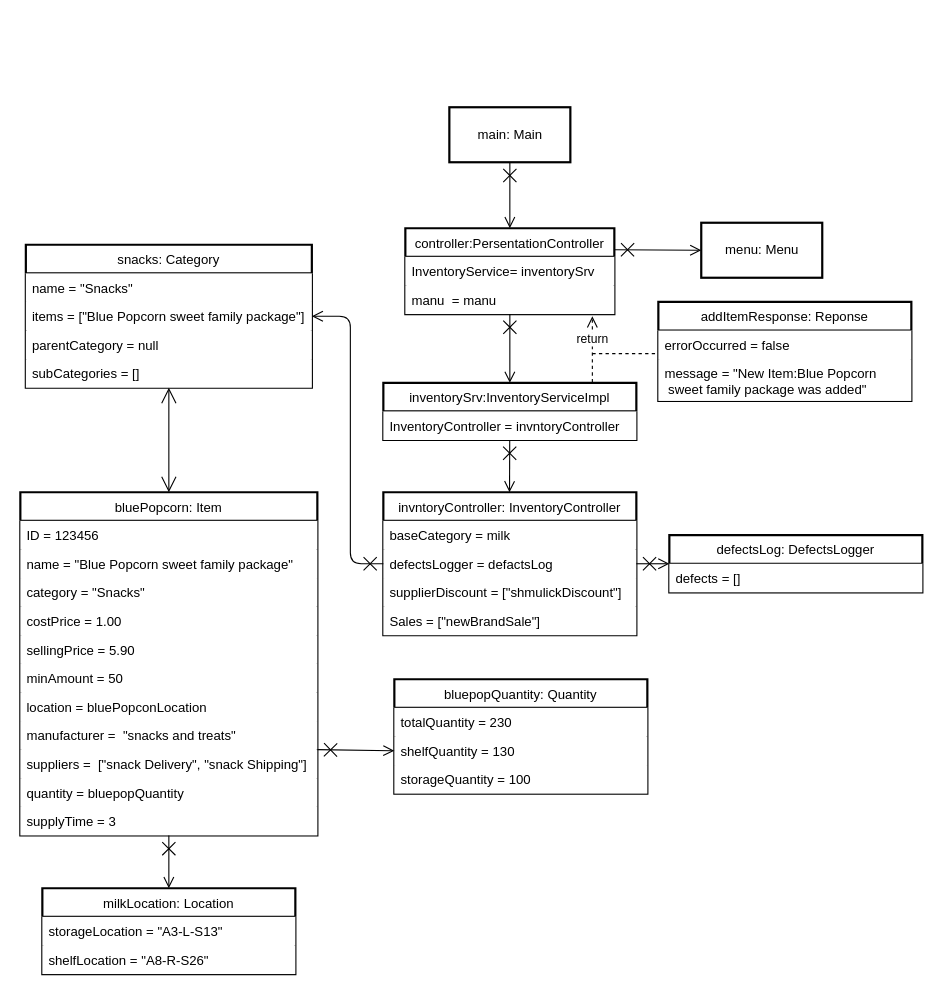
Above: docs/Inventory/Inventroy_OD1.drawio in eladinbar/Super-Li_Market (draw.io), before the change. Source tidied: cells renumbered, new cells numbered last; positions are measured from the earlier drawing's top-left corner, leaving out a move shared by most shapes. Both pictures are drawn from the tidied source at 110%, with x=0, y=0 at pixel (20, 107).
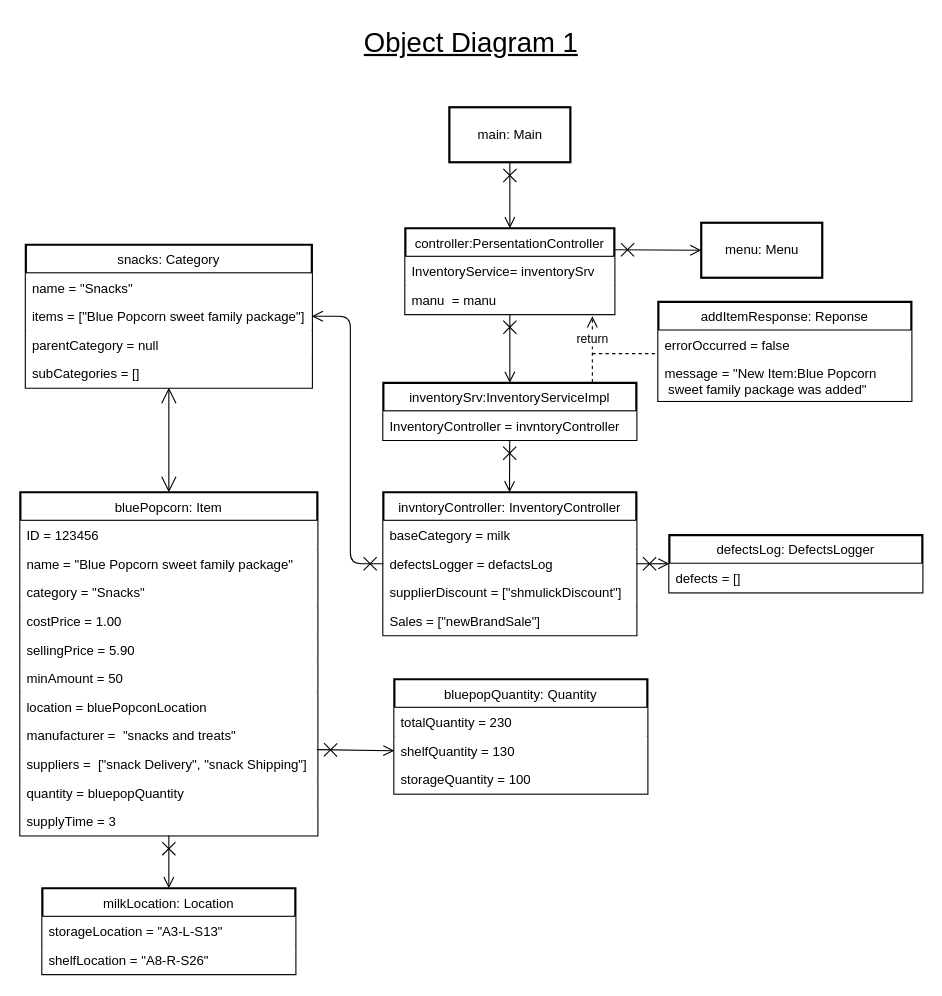
The same page after the edit.

What changed in the source:
```diff
@@
+    <mxCell id="54" value="&lt;font style=&quot;font-size: 25px&quot;&gt;&lt;u&gt;Object Diagram 1&lt;/u&gt;&lt;/font&gt;" style="text;html=1;strokeColor=none;fillColor=none;align=center;verticalAlign=middle;whiteSpace=wrap;rounded=0;" parent="1" vertex="1">
+      <mxGeometry x="260" y="-80" width="300" height="40" as="geometry" />
+    </mxCell>
```
